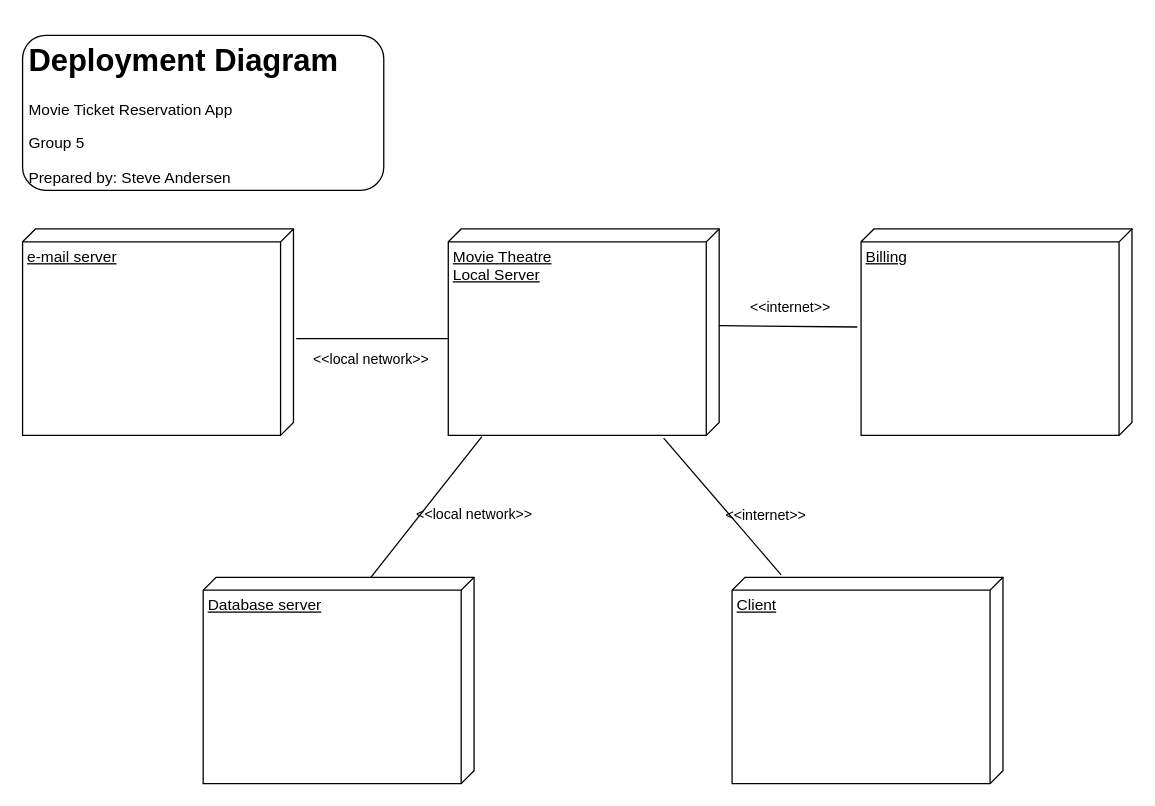
mjspk/ticketr keeps this draw.io diagram as page "DeploymentDiagram" (8 of 17) of DesignPhase/614_Project_Diagrams.drawio. Above is the earlier version. Source tidied: cells renumbered, new cells numbered last; positions are measured from the earlier drawing's top-left corner, leaving out a move shared by most shapes. Both pictures are drawn from the tidied source at 129%, with x=0, y=0 at pixel (22, 35).
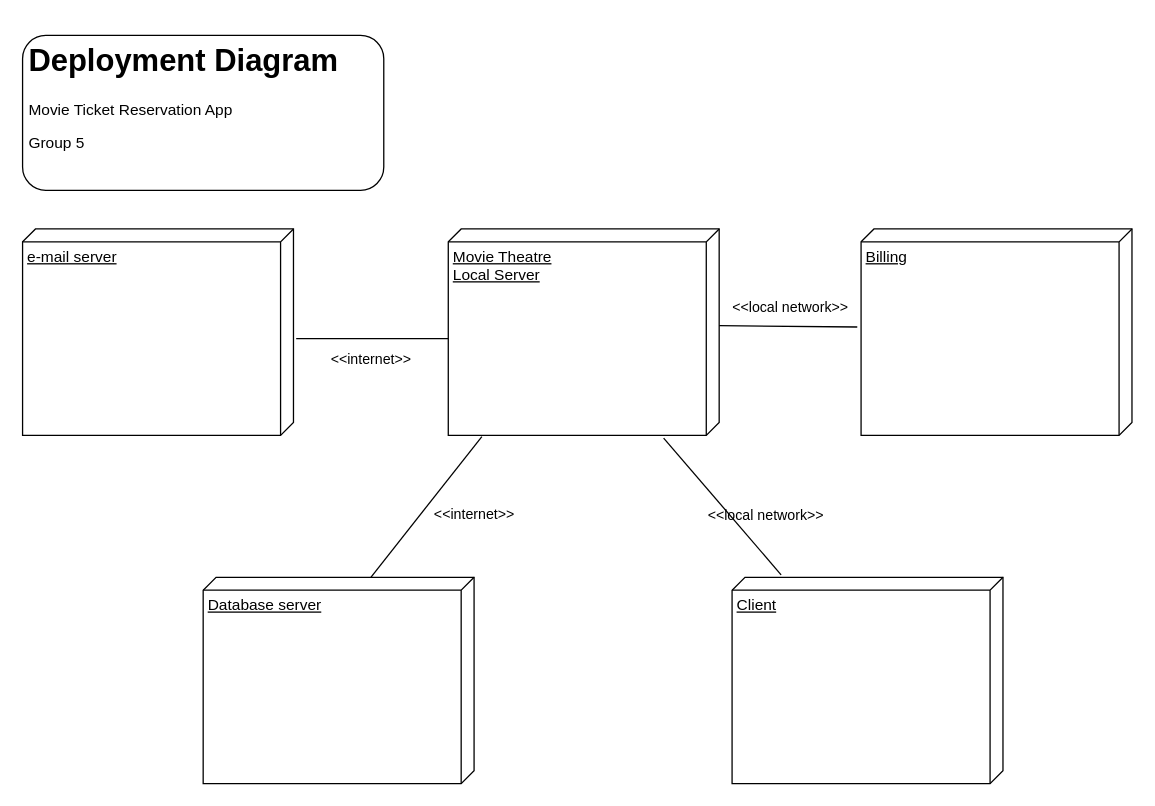
Above is the later version.

Diff of the diagram source:
```diff
@@
 <mxGraphModel>
   <root>
     <mxCell id="0" />
     <mxCell id="1" parent="0" />
     <mxCell id="2" value="Movie Theatre&lt;br&gt;Local Server" style="verticalAlign=top;align=left;spacingTop=8;spacingLeft=2;spacingRight=12;shape=cube;size=10;direction=south;fontStyle=4;html=1;" parent="1" vertex="1">
       <mxGeometry x="330" y="150" width="210" height="160" as="geometry" />
     </mxCell>
     <mxCell id="3" value="e-mail server" style="verticalAlign=top;align=left;spacingTop=8;spacingLeft=2;spacingRight=12;shape=cube;size=10;direction=south;fontStyle=4;html=1;" parent="1" vertex="1">
       <mxGeometry y="150" width="210" height="160" as="geometry" />
     </mxCell>
     <mxCell id="4" value="Database server" style="verticalAlign=top;align=left;spacingTop=8;spacingLeft=2;spacingRight=12;shape=cube;size=10;direction=south;fontStyle=4;html=1;" parent="1" vertex="1">
       <mxGeometry x="140" y="420" width="210" height="160" as="geometry" />
     </mxCell>
     <mxCell id="5" value="Client" style="verticalAlign=top;align=left;spacingTop=8;spacingLeft=2;spacingRight=12;shape=cube;size=10;direction=south;fontStyle=4;html=1;" parent="1" vertex="1">
       <mxGeometry x="550" y="420" width="210" height="160" as="geometry" />
     </mxCell>
     <mxCell id="6" value="Billing" style="verticalAlign=top;align=left;spacingTop=8;spacingLeft=2;spacingRight=12;shape=cube;size=10;direction=south;fontStyle=4;html=1;" parent="1" vertex="1">
       <mxGeometry x="650" y="150" width="210" height="160" as="geometry" />
     </mxCell>
-    <mxCell id="7" value="&amp;lt;&amp;lt;local network&amp;gt;&amp;gt;" style="html=1;verticalAlign=bottom;labelBackgroundColor=none;endArrow=none;endFill=0;rounded=0;exitX=1.006;exitY=0.876;exitDx=0;exitDy=0;exitPerimeter=0;entryX=0;entryY=0.381;entryDx=0;entryDy=0;entryPerimeter=0;" parent="1" edge="1" source="2" target="4">
+    <mxCell id="7" value="&amp;lt;&amp;lt;internet&amp;gt;&amp;gt;" style="html=1;verticalAlign=bottom;labelBackgroundColor=none;endArrow=none;endFill=0;rounded=0;exitX=1.006;exitY=0.876;exitDx=0;exitDy=0;exitPerimeter=0;entryX=0;entryY=0.381;entryDx=0;entryDy=0;entryPerimeter=0;" parent="1" edge="1" source="2" target="4">
       <mxGeometry x="-0.17" y="38" relative="1" as="geometry" />
     </mxCell>
-    <mxCell id="8" value="&amp;lt;&amp;lt;internet&amp;gt;&amp;gt;" style="html=1;verticalAlign=bottom;labelBackgroundColor=none;endArrow=none;endFill=0;rounded=0;exitX=1.013;exitY=0.205;exitDx=0;exitDy=0;exitPerimeter=0;entryX=-0.012;entryY=0.819;entryDx=0;entryDy=0;entryPerimeter=0;" parent="1" edge="1" source="2" target="5">
+    <mxCell id="8" value="&amp;lt;&amp;lt;local network&amp;gt;&amp;gt;" style="html=1;verticalAlign=bottom;labelBackgroundColor=none;endArrow=none;endFill=0;rounded=0;exitX=1.013;exitY=0.205;exitDx=0;exitDy=0;exitPerimeter=0;entryX=-0.012;entryY=0.819;entryDx=0;entryDy=0;entryPerimeter=0;" parent="1" edge="1" source="2" target="5">
       <mxGeometry x="0.49" y="15" relative="1" as="geometry" />
     </mxCell>
-    <mxCell id="9" value="&amp;lt;&amp;lt;internet&amp;gt;&amp;gt;" style="html=1;verticalAlign=bottom;labelBackgroundColor=none;endArrow=none;endFill=0;rounded=0;exitX=0;exitY=0;exitDx=75;exitDy=0;exitPerimeter=0;entryX=0.475;entryY=1.014;entryDx=0;entryDy=0;entryPerimeter=0;" parent="1" edge="1" source="2" target="6">
+    <mxCell id="9" value="&amp;lt;&amp;lt;local network&amp;gt;&amp;gt;" style="html=1;verticalAlign=bottom;labelBackgroundColor=none;endArrow=none;endFill=0;rounded=0;exitX=0;exitY=0;exitDx=75;exitDy=0;exitPerimeter=0;entryX=0.475;entryY=1.014;entryDx=0;entryDy=0;entryPerimeter=0;" parent="1" edge="1" source="2" target="6">
       <mxGeometry x="0.03" y="6" relative="1" as="geometry" />
     </mxCell>
-    <mxCell id="10" value="&amp;lt;&amp;lt;local network&amp;gt;&amp;gt;" style="html=1;verticalAlign=bottom;labelBackgroundColor=none;endArrow=none;endFill=0;rounded=0;exitX=0;exitY=0;exitDx=85;exitDy=210;exitPerimeter=0;entryX=0.531;entryY=-0.01;entryDx=0;entryDy=0;entryPerimeter=0;" parent="1" edge="1" source="2" target="3">
+    <mxCell id="10" value="&amp;lt;&amp;lt;internet&amp;gt;&amp;gt;" style="html=1;verticalAlign=bottom;labelBackgroundColor=none;endArrow=none;endFill=0;rounded=0;exitX=0;exitY=0;exitDx=85;exitDy=210;exitPerimeter=0;entryX=0.531;entryY=-0.01;entryDx=0;entryDy=0;entryPerimeter=0;" parent="1" edge="1" source="2" target="3">
       <mxGeometry x="0.02" y="25" relative="1" as="geometry" />
     </mxCell>
-    <mxCell id="11" value="&lt;h1&gt;Deployment Diagram&lt;/h1&gt;&lt;p&gt;Movie Ticket Reservation App&lt;/p&gt;&lt;p&gt;Group 5&lt;/p&gt;&lt;p&gt;Prepared by: Steve Andersen&lt;/p&gt;" style="text;html=1;strokeColor=default;fillColor=none;spacing=5;spacingTop=-20;whiteSpace=wrap;overflow=hidden;rounded=1;" parent="1" vertex="1">
+    <mxCell id="11" value="&lt;h1&gt;Deployment Diagram&lt;/h1&gt;&lt;p&gt;Movie Ticket Reservation App&lt;/p&gt;&lt;p&gt;Group 5&lt;/p&gt;" style="text;html=1;strokeColor=default;fillColor=none;spacing=5;spacingTop=-20;whiteSpace=wrap;overflow=hidden;rounded=1;" parent="1" vertex="1">
       <mxGeometry width="280" height="120" as="geometry" />
     </mxCell>
   </root>
 </mxGraphModel>
```
